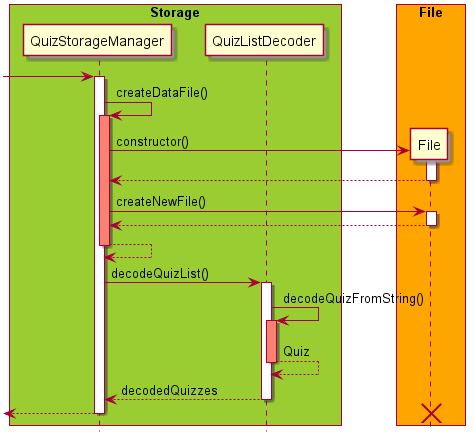
The PlantUML diagram docs/diagram/QuizReadStorage.png in untitle4/tp, before a commit.
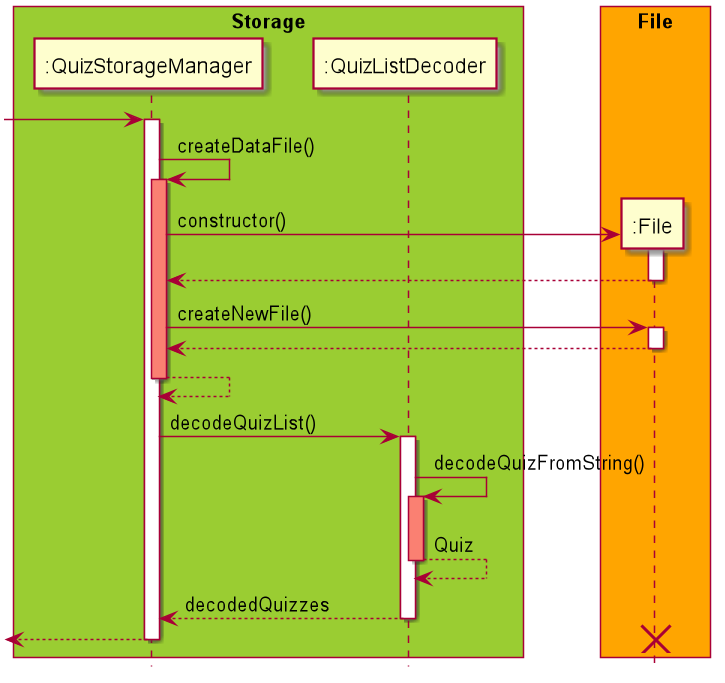
The same file after the commit.

What changed in the source:
```diff
@@ -5,38 +5,39 @@
 hide footbox
 
 box "Storage" #YellowGreen
-participant QuizStorageManager
-participant QuizListDecoder
+participant ":QuizStorageManager"
+participant ":QuizListDecoder"
 end box
 
 box "File" #orange
-participant File
+participant ":File"
 end box
--> QuizStorageManager
-activate QuizStorageManager
-QuizStorageManager -> QuizStorageManager : createDataFile()
-activate QuizStorageManager #salmon
-QuizStorageManager -> File ** : constructor()
-activate File
-File --> QuizStorageManager
-deactivate File
-QuizStorageManager -> File : createNewFile()
-activate File
-File --> QuizStorageManager
-deactivate File
-QuizStorageManager --> QuizStorageManager
-deactivate QuizStorageManager
 
-QuizStorageManager -> QuizListDecoder : decodeQuizList()
-activate QuizListDecoder
-QuizListDecoder -> QuizListDecoder : decodeQuizFromString()
-activate QuizListDecoder #salmon
-QuizListDecoder --> QuizListDecoder : Quiz
-deactivate QuizListDecoder
-QuizListDecoder --> QuizStorageManager : decodedQuizzes
-deactivate QuizListDecoder
-<-- QuizStorageManager
-deactivate QuizStorageManager
-destroy File
+-> ":QuizStorageManager"
+activate ":QuizStorageManager"
+":QuizStorageManager" -> ":QuizStorageManager" : createDataFile()
+activate ":QuizStorageManager" #salmon
+":QuizStorageManager" -> ":File" ** : constructor()
+activate ":File"
+":File" --> ":QuizStorageManager"
+deactivate ":File"
+":QuizStorageManager" -> ":File" : createNewFile()
+activate ":File"
+":File" --> ":QuizStorageManager"
+deactivate ":File"
+":QuizStorageManager" --> ":QuizStorageManager"
+deactivate ":QuizStorageManager"
+
+":QuizStorageManager" -> ":QuizListDecoder" : decodeQuizList()
+activate ":QuizListDecoder"
+":QuizListDecoder" -> ":QuizListDecoder" : decodeQuizFromString()
+activate ":QuizListDecoder" #salmon
+":QuizListDecoder" --> ":QuizListDecoder" : Quiz
+deactivate ":QuizListDecoder"
+":QuizListDecoder" --> ":QuizStorageManager" : decodedQuizzes
+deactivate ":QuizListDecoder"
+<-- ":QuizStorageManager"
+deactivate ":QuizStorageManager"
+destroy ":File"
 
 @enduml
```
